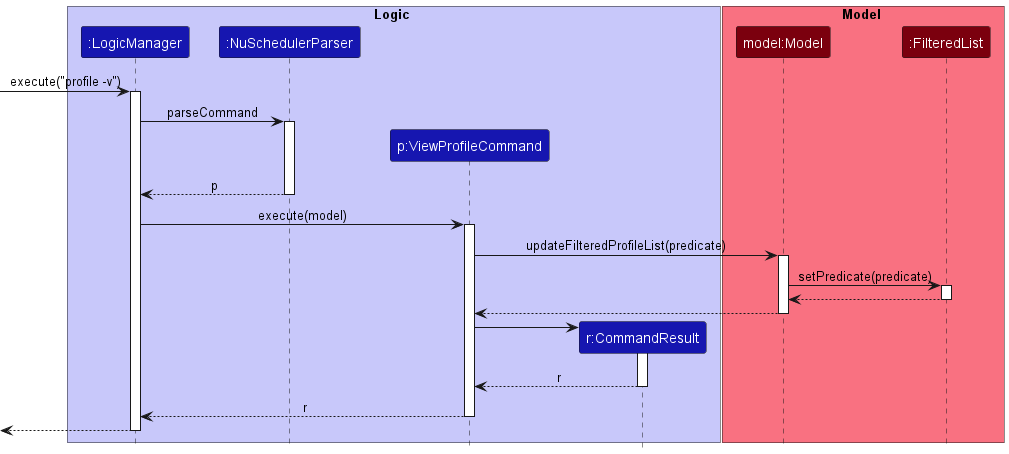
nus-cs2103-AY2223S1/tp keeps this PlantUML diagram as docs/images/commands/ViewProfileCommandSequenceDiagram.png. Above is the earlier version.
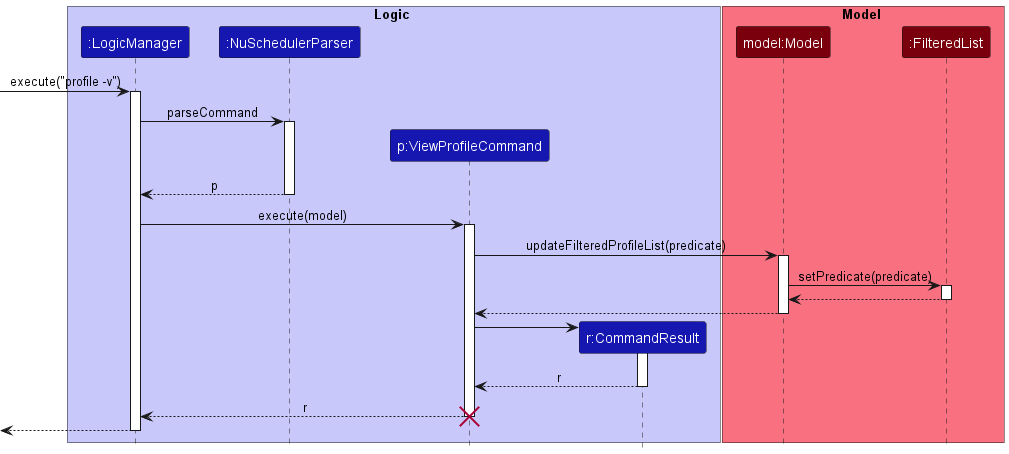
The same file after the commit.

Change to the diagram source:
```diff
@@ -27,6 +27,7 @@
 viewProfileCommand -> commandResult ++:
 return r
 return r
+destroy viewProfileCommand
 return
 
 
```
